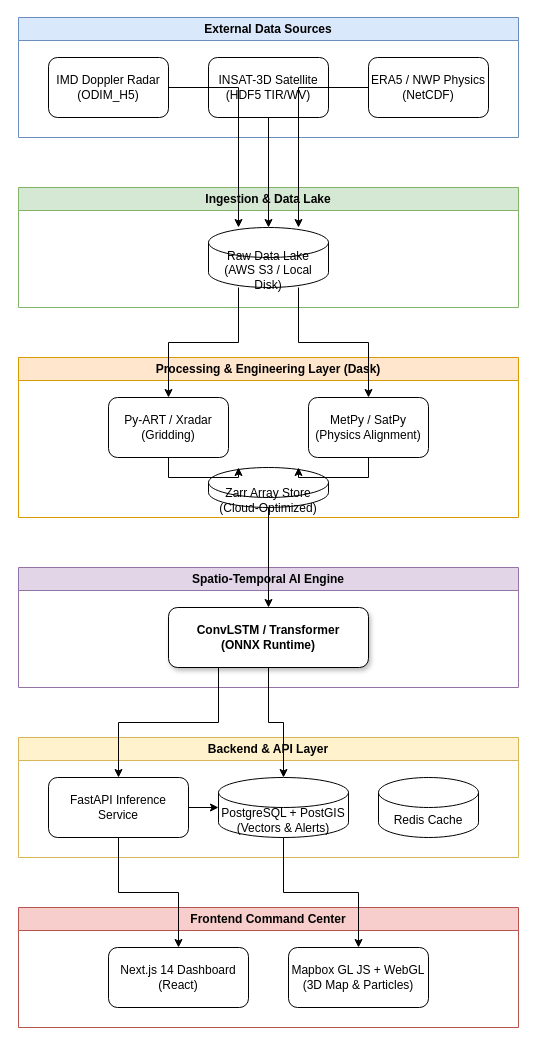
Before: docs/architecture.drawio in CodeNinja22-AS/VAJRA, a draw.io diagram. Source tidied: cells renumbered, new cells numbered last; positions are measured from the earlier drawing's top-left corner, leaving out a move shared by most shapes. Both pictures are drawn from the tidied source at 100%, with x=0, y=0 at pixel (18, 17).
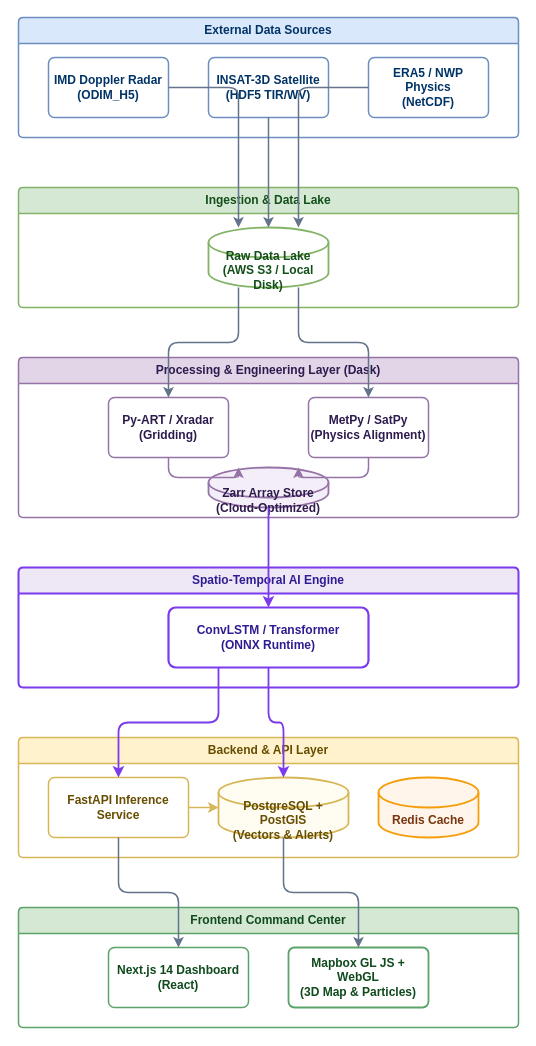
After the change.

Commit message (it also covers changes not shown here):
feat: integrate backend APIs with Disaster Ops, Aviation, Thermodynamics, Replay, and Analytics

Diff of the diagram source:
```diff
@@
-<mxGraphModel>
+<mxGraphModel background="#ffffff">
@@
-    <mxCell id="2" value="External Data Sources" style="swimlane;whiteSpace=wrap;html=1;startSize=23;fillColor=#dae8fc;strokeColor=#6c8ebf;" parent="1" vertex="1">
+    <mxCell id="2" value="External Data Sources" style="swimlane;whiteSpace=wrap;html=1;startSize=26;rounded=1;arcSize=6;fontStyle=1;fontSize=12;fontColor=#003366;fillColor=#dae8fc;strokeColor=#6c8ebf;strokeWidth=1.5;" parent="1" vertex="1">
       <mxGeometry width="500" height="120" as="geometry" />
     </mxCell>
-    <mxCell id="3" value="Ingestion &amp; Data Lake" style="swimlane;whiteSpace=wrap;html=1;startSize=23;fillColor=#d5e8d4;strokeColor=#82b366;" parent="1" vertex="1">
+    <mxCell id="3" value="Ingestion &amp; Data Lake" style="swimlane;whiteSpace=wrap;html=1;startSize=26;rounded=1;arcSize=6;fontStyle=1;fontSize=12;fontColor=#134f19;fillColor=#d5e8d4;strokeColor=#82b366;strokeWidth=1.5;" parent="1" vertex="1">
       <mxGeometry y="170" width="500" height="120" as="geometry" />
     </mxCell>
-    <mxCell id="4" value="Processing &amp; Engineering Layer (Dask)" style="swimlane;whiteSpace=wrap;html=1;startSize=23;fillColor=#ffe6cc;strokeColor=#d79b00;" parent="1" vertex="1">
+    <mxCell id="4" value="Processing &amp; Engineering Layer (Dask)" style="swimlane;whiteSpace=wrap;html=1;startSize=26;rounded=1;arcSize=6;fontStyle=1;fontSize=12;fontColor=#2e1b4e;fillColor=#e1d5e7;strokeColor=#9673a6;strokeWidth=1.5;" parent="1" vertex="1">
       <mxGeometry y="340" width="500" height="160" as="geometry" />
     </mxCell>
-    <mxCell id="5" value="Spatio-Temporal AI Engine" style="swimlane;whiteSpace=wrap;html=1;startSize=23;fillColor=#e1d5e7;strokeColor=#9673a6;" parent="1" vertex="1">
+    <mxCell id="5" value="Spatio-Temporal AI Engine" style="swimlane;whiteSpace=wrap;html=1;startSize=26;rounded=1;arcSize=6;fontStyle=1;fontSize=12;fontColor=#311b92;fillColor=#ede7f6;strokeColor=#7c3aed;strokeWidth=2;" parent="1" vertex="1">
       <mxGeometry y="550" width="500" height="120" as="geometry" />
     </mxCell>
-    <mxCell id="6" value="Backend &amp; API Layer" style="swimlane;whiteSpace=wrap;html=1;startSize=23;fillColor=#fff2cc;strokeColor=#d6b656;" parent="1" vertex="1">
+    <mxCell id="6" value="Backend &amp; API Layer" style="swimlane;whiteSpace=wrap;html=1;startSize=26;rounded=1;arcSize=6;fontStyle=1;fontSize=12;fontColor=#664d00;fillColor=#fff2cc;strokeColor=#d6b656;strokeWidth=1.5;" parent="1" vertex="1">
       <mxGeometry y="720" width="500" height="120" as="geometry" />
     </mxCell>
-    <mxCell id="7" value="Frontend Command Center" style="swimlane;whiteSpace=wrap;html=1;startSize=23;fillColor=#f8cecc;strokeColor=#b85450;" parent="1" vertex="1">
+    <mxCell id="7" value="Frontend Command Center" style="swimlane;whiteSpace=wrap;html=1;startSize=26;rounded=1;arcSize=6;fontStyle=1;fontSize=12;fontColor=#0f4a1c;fillColor=#d5e8d4;strokeColor=#5ba368;strokeWidth=1.5;" parent="1" vertex="1">
       <mxGeometry y="890" width="500" height="120" as="geometry" />
     </mxCell>
-    <mxCell id="8" value="IMD Doppler Radar&#10;(ODIM_H5)" style="rounded=1;whiteSpace=wrap;html=1;" parent="2" vertex="1">
+    <mxCell id="8" value="IMD Doppler Radar&#10;(ODIM_H5)" style="rounded=1;arcSize=10;whiteSpace=wrap;html=1;fillColor=#ffffff;strokeColor=#6c8ebf;strokeWidth=1.5;fontColor=#003366;fontStyle=1;" parent="2" vertex="1">
       <mxGeometry x="30" y="40" width="120" height="60" as="geometry" />
     </mxCell>
-    <mxCell id="9" value="INSAT-3D Satellite&#10;(HDF5 TIR/WV)" style="rounded=1;whiteSpace=wrap;html=1;" parent="2" vertex="1">
+    <mxCell id="9" value="INSAT-3D Satellite&#10;(HDF5 TIR/WV)" style="rounded=1;arcSize=10;whiteSpace=wrap;html=1;fillColor=#ffffff;strokeColor=#6c8ebf;strokeWidth=1.5;fontColor=#003366;fontStyle=1;" parent="2" vertex="1">
       <mxGeometry x="190" y="40" width="120" height="60" as="geometry" />
     </mxCell>
-    <mxCell id="10" value="ERA5 / NWP Physics&#10;(NetCDF)" style="rounded=1;whiteSpace=wrap;html=1;" parent="2" vertex="1">
+    <mxCell id="10" value="ERA5 / NWP Physics&#10;(NetCDF)" style="rounded=1;arcSize=10;whiteSpace=wrap;html=1;fillColor=#ffffff;strokeColor=#6c8ebf;strokeWidth=1.5;fontColor=#003366;fontStyle=1;" parent="2" vertex="1">
       <mxGeometry x="350" y="40" width="120" height="60" as="geometry" />
     </mxCell>
-    <mxCell id="11" value="Raw Data Lake&#10;(AWS S3 / Local Disk)" style="shape=cylinder3;whiteSpace=wrap;html=1;boundedLbl=1;backgroundOutline=1;size=15;" parent="3" vertex="1">
+    <mxCell id="11" value="Raw Data Lake&#10;(AWS S3 / Local Disk)" style="shape=cylinder3;whiteSpace=wrap;html=1;boundedLbl=1;backgroundOutline=1;size=15;fillColor=#ffffff;strokeColor=#82b366;strokeWidth=1.8;fontColor=#134f19;fontStyle=1;" parent="3" vertex="1">
       <mxGeometry x="190" y="40" width="120" height="60" as="geometry" />
     </mxCell>
-    <mxCell id="12" value="Py-ART / Xradar&#10;(Gridding)" style="rounded=1;whiteSpace=wrap;html=1;" parent="4" vertex="1">
+    <mxCell id="12" value="Py-ART / Xradar&#10;(Gridding)" style="rounded=1;arcSize=10;whiteSpace=wrap;html=1;fillColor=#ffffff;strokeColor=#9673a6;strokeWidth=1.5;fontColor=#2e1b4e;fontStyle=1;" parent="4" vertex="1">
       <mxGeometry x="90" y="40" width="120" height="60" as="geometry" />
     </mxCell>
-    <mxCell id="13" value="MetPy / SatPy&#10;(Physics Alignment)" style="rounded=1;whiteSpace=wrap;html=1;" parent="4" vertex="1">
+    <mxCell id="13" value="MetPy / SatPy&#10;(Physics Alignment)" style="rounded=1;arcSize=10;whiteSpace=wrap;html=1;fillColor=#ffffff;strokeColor=#9673a6;strokeWidth=1.5;fontColor=#2e1b4e;fontStyle=1;" parent="4" vertex="1">
       <mxGeometry x="290" y="40" width="120" height="60" as="geometry" />
     </mxCell>
-    <mxCell id="14" value="Zarr Array Store&#10;(Cloud-Optimized)" style="shape=cylinder3;whiteSpace=wrap;html=1;boundedLbl=1;backgroundOutline=1;size=15;" parent="4" vertex="1">
+    <mxCell id="14" value="Zarr Array Store&#10;(Cloud-Optimized)" style="shape=cylinder3;whiteSpace=wrap;html=1;boundedLbl=1;backgroundOutline=1;size=15;fillColor=#f3eef7;strokeColor=#9673a6;strokeWidth=1.8;fontColor=#2e1b4e;fontStyle=1;" parent="4" vertex="1">
       <mxGeometry x="190" y="110" width="120" height="40" as="geometry" />
     </mxCell>
-    <mxCell id="15" value="ConvLSTM / Transformer&#10;(ONNX Runtime)" style="rounded=1;whiteSpace=wrap;html=1;shadow=1;fontStyle=1;" parent="5" vertex="1">
+    <mxCell id="15" value="ConvLSTM / Transformer&#10;(ONNX Runtime)" style="rounded=1;arcSize=12;whiteSpace=wrap;html=1;fontStyle=1;fontSize=12;fillColor=#ffffff;strokeColor=#7c3aed;strokeWidth=2.2;fontColor=#311b92;" parent="5" vertex="1">
       <mxGeometry x="150" y="40" width="200" height="60" as="geometry" />
     </mxCell>
-    <mxCell id="16" value="FastAPI Inference Service" style="rounded=1;whiteSpace=wrap;html=1;" parent="6" vertex="1">
+    <mxCell id="16" value="FastAPI Inference Service" style="rounded=1;arcSize=10;whiteSpace=wrap;html=1;fillColor=#ffffff;strokeColor=#d6b656;strokeWidth=1.5;fontColor=#664d00;fontStyle=1;" parent="6" vertex="1">
       <mxGeometry x="30" y="40" width="140" height="60" as="geometry" />
     </mxCell>
-    <mxCell id="17" value="PostgreSQL + PostGIS&#10;(Vectors &amp; Alerts)" style="shape=cylinder3;whiteSpace=wrap;html=1;boundedLbl=1;backgroundOutline=1;size=15;" parent="6" vertex="1">
+    <mxCell id="17" value="PostgreSQL + PostGIS&#10;(Vectors &amp; Alerts)" style="shape=cylinder3;whiteSpace=wrap;html=1;boundedLbl=1;backgroundOutline=1;size=15;fillColor=#fffdf2;strokeColor=#d6b656;strokeWidth=1.8;fontColor=#664d00;fontStyle=1;" parent="6" vertex="1">
       <mxGeometry x="200" y="40" width="130" height="60" as="geometry" />
     </mxCell>
-    <mxCell id="18" value="Redis Cache" style="shape=cylinder3;whiteSpace=wrap;html=1;boundedLbl=1;backgroundOutline=1;size=15;" parent="6" vertex="1">
+    <mxCell id="18" value="Redis Cache" style="shape=cylinder3;whiteSpace=wrap;html=1;boundedLbl=1;backgroundOutline=1;size=15;fillColor=#fff5eb;strokeColor=#f59e0b;strokeWidth=1.8;fontColor=#78350f;fontStyle=1;" parent="6" vertex="1">
       <mxGeometry x="360" y="40" width="100" height="60" as="geometry" />
     </mxCell>
-    <mxCell id="19" value="Next.js 14 Dashboard&#10;(React)" style="rounded=1;whiteSpace=wrap;html=1;" parent="7" vertex="1">
+    <mxCell id="19" value="Next.js 14 Dashboard&#10;(React)" style="rounded=1;arcSize=10;whiteSpace=wrap;html=1;fillColor=#ffffff;strokeColor=#5ba368;strokeWidth=1.5;fontColor=#0f4a1c;fontStyle=1;" parent="7" vertex="1">
       <mxGeometry x="90" y="40" width="140" height="60" as="geometry" />
     </mxCell>
-    <mxCell id="20" value="Mapbox GL JS + WebGL&#10;(3D Map &amp; Particles)" style="rounded=1;whiteSpace=wrap;html=1;" parent="7" vertex="1">
+    <mxCell id="20" value="Mapbox GL JS + WebGL&#10;(3D Map &amp; Particles)" style="rounded=1;arcSize=10;whiteSpace=wrap;html=1;fillColor=#ffffff;strokeColor=#5ba368;strokeWidth=1.8;fontColor=#0f4a1c;fontStyle=1;" parent="7" vertex="1">
       <mxGeometry x="270" y="40" width="140" height="60" as="geometry" />
     </mxCell>
-    <mxCell id="21" style="edgeStyle=orthogonalEdgeStyle;rounded=0;jettySize=auto;html=1;entryX=0.25;entryY=0;entryDx=0;entryDy=0;" parent="1" edge="1" source="8" target="11">
+    <mxCell id="21" style="edgeStyle=orthogonalEdgeStyle;rounded=1;jettySize=auto;html=1;strokeColor=#64748b;strokeWidth=1.5;entryX=0.25;entryY=0;entryDx=0;entryDy=0;" parent="1" edge="1" source="8" target="11">
       <mxGeometry relative="1" as="geometry" />
     </mxCell>
-    <mxCell id="22" style="edgeStyle=orthogonalEdgeStyle;rounded=0;jettySize=auto;html=1;entryX=0.5;entryY=0;entryDx=0;entryDy=0;" parent="1" edge="1" source="9" target="11">
+    <mxCell id="22" style="edgeStyle=orthogonalEdgeStyle;rounded=1;jettySize=auto;html=1;strokeColor=#64748b;strokeWidth=1.5;entryX=0.5;entryY=0;entryDx=0;entryDy=0;" parent="1" edge="1" source="9" target="11">
       <mxGeometry relative="1" as="geometry" />
     </mxCell>
-    <mxCell id="23" style="edgeStyle=orthogonalEdgeStyle;rounded=0;jettySize=auto;html=1;entryX=0.75;entryY=0;entryDx=0;entryDy=0;" parent="1" edge="1" source="10" target="11">
+    <mxCell id="23" style="edgeStyle=orthogonalEdgeStyle;rounded=1;jettySize=auto;html=1;strokeColor=#64748b;strokeWidth=1.5;entryX=0.75;entryY=0;entryDx=0;entryDy=0;" parent="1" edge="1" source="10" target="11">
       <mxGeometry relative="1" as="geometry" />
     </mxCell>
-    <mxCell id="24" style="edgeStyle=orthogonalEdgeStyle;rounded=0;jettySize=auto;html=1;exitX=0.25;exitY=1;exitDx=0;exitDy=0;entryX=0.5;entryY=0;entryDx=0;entryDy=0;" parent="1" edge="1" source="11" target="12">
+    <mxCell id="24" style="edgeStyle=orthogonalEdgeStyle;rounded=1;jettySize=auto;html=1;strokeColor=#64748b;strokeWidth=1.5;exitX=0.25;exitY=1;exitDx=0;exitDy=0;entryX=0.5;entryY=0;entryDx=0;entryDy=0;" parent="1" edge="1" source="11" target="12">
       <mxGeometry relative="1" as="geometry" />
     </mxCell>
-    <mxCell id="25" style="edgeStyle=orthogonalEdgeStyle;rounded=0;jettySize=auto;html=1;exitX=0.75;exitY=1;exitDx=0;exitDy=0;entryX=0.5;entryY=0;entryDx=0;entryDy=0;" parent="1" edge="1" source="11" target="13">
+    <mxCell id="25" style="edgeStyle=orthogonalEdgeStyle;rounded=1;jettySize=auto;html=1;strokeColor=#64748b;strokeWidth=1.5;exitX=0.75;exitY=1;exitDx=0;exitDy=0;entryX=0.5;entryY=0;entryDx=0;entryDy=0;" parent="1" edge="1" source="11" target="13">
       <mxGeometry relative="1" as="geometry" />
     </mxCell>
-    <mxCell id="26" style="edgeStyle=orthogonalEdgeStyle;rounded=0;jettySize=auto;html=1;exitX=0.5;exitY=1;exitDx=0;exitDy=0;entryX=0.25;entryY=0;entryDx=0;entryDy=0;" parent="4" edge="1" source="12" target="14">
+    <mxCell id="26" style="edgeStyle=orthogonalEdgeStyle;rounded=1;jettySize=auto;html=1;strokeColor=#9673a6;strokeWidth=1.5;exitX=0.5;exitY=1;exitDx=0;exitDy=0;entryX=0.25;entryY=0;entryDx=0;entryDy=0;" parent="4" edge="1" source="12" target="14">
       <mxGeometry relative="1" as="geometry" />
     </mxCell>
-    <mxCell id="27" style="edgeStyle=orthogonalEdgeStyle;rounded=0;jettySize=auto;html=1;exitX=0.5;exitY=1;exitDx=0;exitDy=0;entryX=0.75;entryY=0;entryDx=0;entryDy=0;" parent="4" edge="1" source="13" target="14">
+    <mxCell id="27" style="edgeStyle=orthogonalEdgeStyle;rounded=1;jettySize=auto;html=1;strokeColor=#9673a6;strokeWidth=1.5;exitX=0.5;exitY=1;exitDx=0;exitDy=0;entryX=0.75;entryY=0;entryDx=0;entryDy=0;" parent="4" edge="1" source="13" target="14">
       <mxGeometry relative="1" as="geometry" />
     </mxCell>
-    <mxCell id="28" style="edgeStyle=orthogonalEdgeStyle;rounded=0;jettySize=auto;html=1;exitX=0.5;exitY=1;exitDx=0;exitDy=0;entryX=0.5;entryY=0;entryDx=0;entryDy=0;" parent="1" edge="1" source="14" target="15">
+    <mxCell id="28" style="edgeStyle=orthogonalEdgeStyle;rounded=1;jettySize=auto;html=1;strokeColor=#7c3aed;strokeWidth=1.8;exitX=0.5;exitY=1;exitDx=0;exitDy=0;entryX=0.5;entryY=0;entryDx=0;entryDy=0;" parent="1" edge="1" source="14" target="15">
       <mxGeometry relative="1" as="geometry" />
     </mxCell>
-    <mxCell id="29" style="edgeStyle=orthogonalEdgeStyle;rounded=0;jettySize=auto;html=1;exitX=0.25;exitY=1;exitDx=0;exitDy=0;entryX=0.5;entryY=0;entryDx=0;entryDy=0;" parent="1" edge="1" source="15" target="16">
+    <mxCell id="29" style="edgeStyle=orthogonalEdgeStyle;rounded=1;jettySize=auto;html=1;strokeColor=#7c3aed;strokeWidth=1.8;exitX=0.25;exitY=1;exitDx=0;exitDy=0;entryX=0.5;entryY=0;entryDx=0;entryDy=0;" parent="1" edge="1" source="15" target="16">
       <mxGeometry relative="1" as="geometry" />
     </mxCell>
-    <mxCell id="30" style="edgeStyle=orthogonalEdgeStyle;rounded=0;jettySize=auto;html=1;exitX=0.5;exitY=1;exitDx=0;exitDy=0;entryX=0.5;entryY=0;entryDx=0;entryDy=0;" parent="1" edge="1" source="15" target="17">
+    <mxCell id="30" style="edgeStyle=orthogonalEdgeStyle;rounded=1;jettySize=auto;html=1;strokeColor=#7c3aed;strokeWidth=1.8;exitX=0.5;exitY=1;exitDx=0;exitDy=0;entryX=0.5;entryY=0;entryDx=0;entryDy=0;" parent="1" edge="1" source="15" target="17">
       <mxGeometry relative="1" as="geometry" />
     </mxCell>
-    <mxCell id="31" style="edgeStyle=orthogonalEdgeStyle;rounded=0;jettySize=auto;html=1;exitX=1;exitY=0.5;exitDx=0;exitDy=0;entryX=0;entryY=0.5;entryDx=0;entryDy=0;" parent="1" edge="1" source="16" target="17">
+    <mxCell id="31" style="edgeStyle=orthogonalEdgeStyle;rounded=1;jettySize=auto;html=1;strokeColor=#d6b656;strokeWidth=1.5;exitX=1;exitY=0.5;exitDx=0;exitDy=0;entryX=0;entryY=0.5;entryDx=0;entryDy=0;" parent="1" edge="1" source="16" target="17">
       <mxGeometry relative="1" as="geometry" />
     </mxCell>
-    <mxCell id="32" style="edgeStyle=orthogonalEdgeStyle;rounded=0;jettySize=auto;html=1;exitX=0.5;exitY=1;exitDx=0;exitDy=0;entryX=0.5;entryY=0;entryDx=0;entryDy=0;" parent="1" edge="1" source="16" target="19">
+    <mxCell id="32" style="edgeStyle=orthogonalEdgeStyle;rounded=1;jettySize=auto;html=1;strokeColor=#64748b;strokeWidth=1.5;exitX=0.5;exitY=1;exitDx=0;exitDy=0;entryX=0.5;entryY=0;entryDx=0;entryDy=0;" parent="1" edge="1" source="16" target="19">
       <mxGeometry relative="1" as="geometry" />
     </mxCell>
-    <mxCell id="33" style="edgeStyle=orthogonalEdgeStyle;rounded=0;jettySize=auto;html=1;exitX=0.5;exitY=1;exitDx=0;exitDy=0;entryX=0.5;entryY=0;entryDx=0;entryDy=0;" parent="1" edge="1" source="17" target="20">
+    <mxCell id="33" style="edgeStyle=orthogonalEdgeStyle;rounded=1;jettySize=auto;html=1;strokeColor=#64748b;strokeWidth=1.5;exitX=0.5;exitY=1;exitDx=0;exitDy=0;entryX=0.5;entryY=0;entryDx=0;entryDy=0;" parent="1" edge="1" source="17" target="20">
       <mxGeometry relative="1" as="geometry" />
     </mxCell>
```
